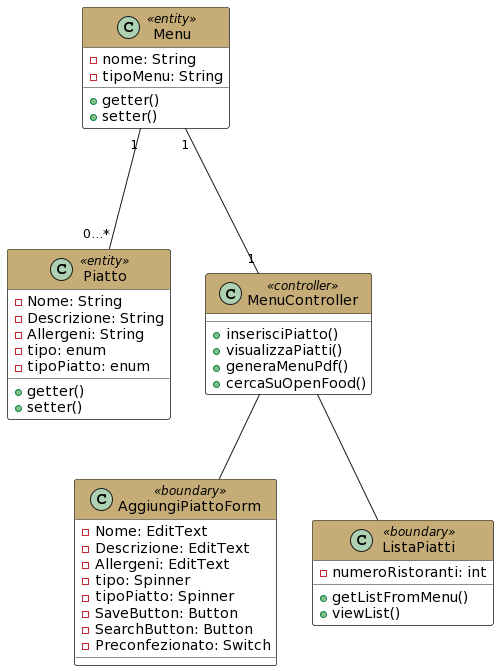
Earlier version of the PlantUML export Documentazione/assets/diagrammi/Class diagram di analisi/Gestione piatto.png (Mathieus99/RatatouilleDoc).
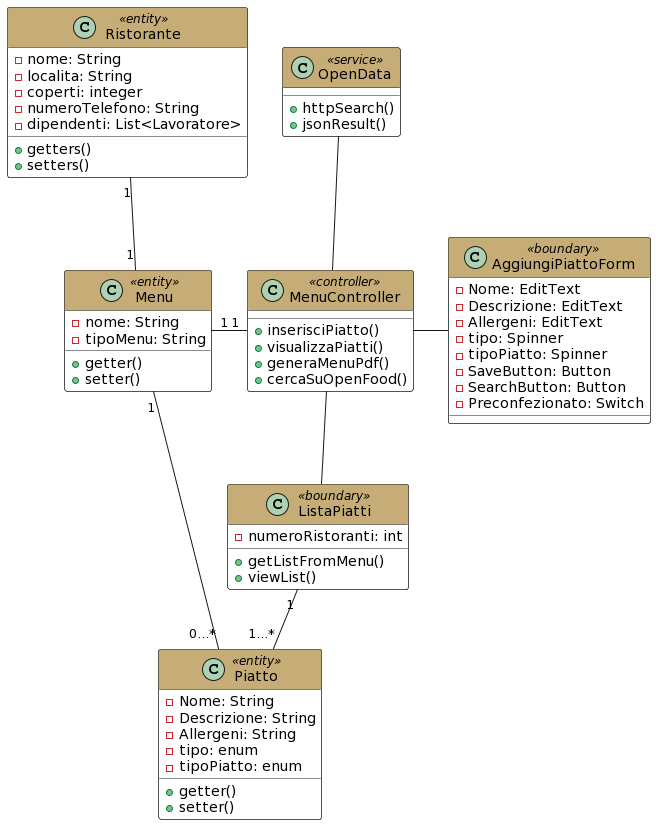
After the commit.

Change to the diagram source:
```diff
@@ -41,6 +41,15 @@
  -SearchButton: Button
  -Preconfezionato: Switch
 }
+class Ristorante<<entity>>  #header:C6AD77 {
+ -nome: String
+ -localita: String
+ -coperti: integer
+ -numeroTelefono: String
+ -dipendenti: List<Lavoratore>
+ +getters()
+ +setters()
+}
 
 class ListaPiatti << boundary >> #header:C6AD77{
  -numeroRistoranti: int
@@ -48,8 +57,17 @@
  +viewList()
 }
 
-Menu "1" --- "1" MenuController
+class OpenData <<service>> #header:C6AD77 {
++httpSearch()
++jsonResult()
+}
+
+
+Ristorante "1" -- "1" Menu
+MenuController -up- OpenData
+Menu "1" -right- "1" MenuController
 Menu "1" --- "0...*" Piatto
 MenuController -- ListaPiatti
-MenuController -- AggiungiPiattoForm
+MenuController -right- AggiungiPiattoForm
+ListaPiatti "1"- "1...*" Piatto
 @enduml
```
